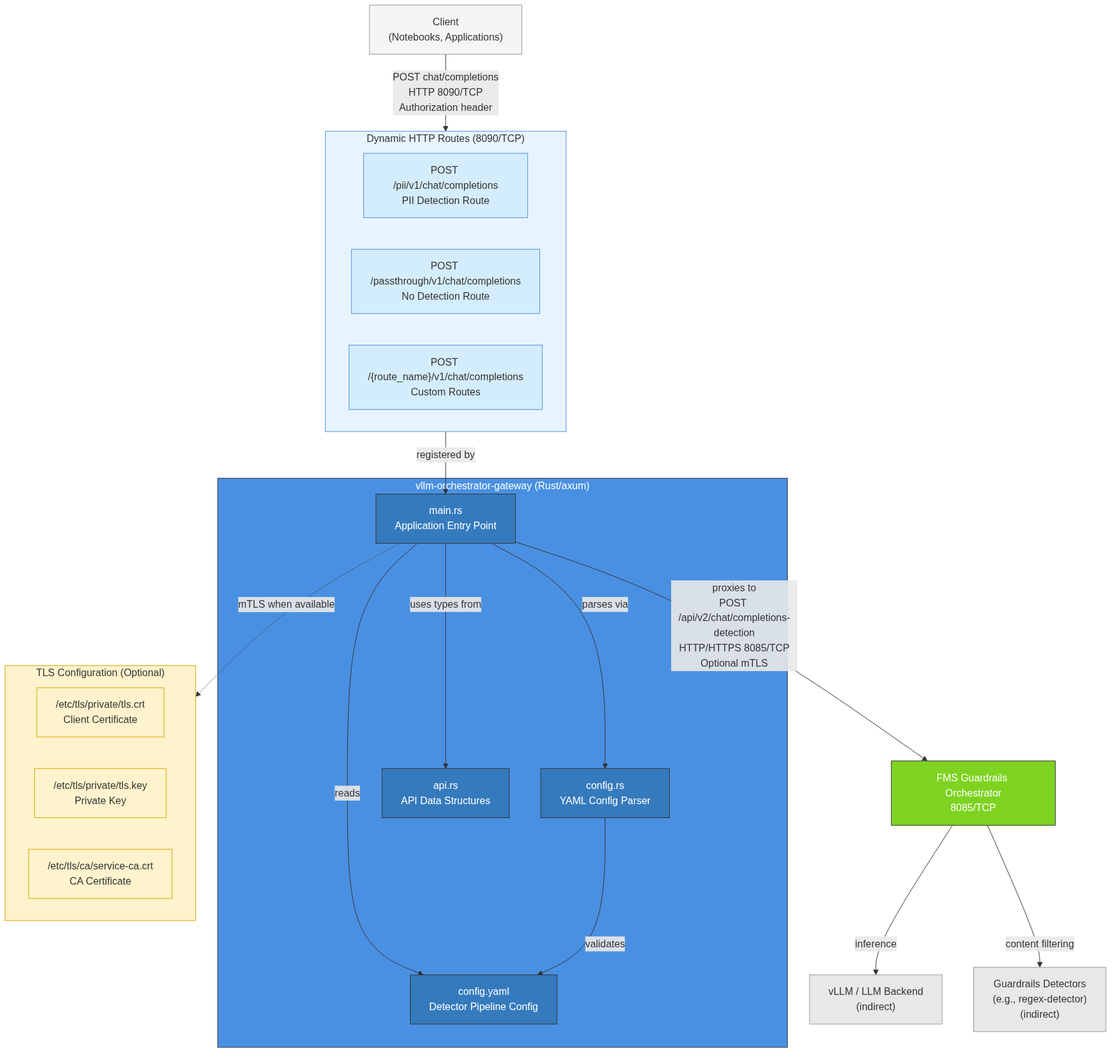
Earlier version of the Mermaid export architecture/rhoai-3.4-ea.2/diagrams/vllm-orchestrator-gateway-component.png (rhuss/architecture-context). Its source is kept beside it as architecture/rhoai-3.4-ea.2/diagrams/vllm-orchestrator-gateway-component.mmd. Source of this version:
```mermaid

graph TB
    subgraph Gateway["vllm-orchestrator-gateway (Rust/axum)"]
        direction TB
        Main["main.rs<br/>Application Entry Point"]
        Config["config.rs<br/>YAML Config Parser"]
        API["api.rs<br/>API Data Structures"]
        ConfigFile["config.yaml<br/>Detector Pipeline Config"]

        Main -->|reads| ConfigFile
        Main -->|parses via| Config
        Main -->|uses types from| API
        Config -->|validates| ConfigFile
    end

    subgraph DynamicRoutes["Dynamic HTTP Routes (8090/TCP)"]
        PII["POST /pii/v1/chat/completions<br/>PII Detection Route"]
        Passthrough["POST /passthrough/v1/chat/completions<br/>No Detection Route"]
        OtherRoutes["POST /{route_name}/v1/chat/completions<br/>Custom Routes"]
    end

    Client["Client<br/>(Notebooks, Applications)"]
    Orchestrator["FMS Guardrails Orchestrator<br/>8085/TCP"]
    LLM["vLLM / LLM Backend<br/>(indirect)"]
    Detectors["Guardrails Detectors<br/>(e.g., regex-detector)<br/>(indirect)"]

    Client -->|POST chat/completions<br/>HTTP 8090/TCP<br/>Authorization header| DynamicRoutes
    DynamicRoutes -->|registered by| Main
    Main -->|proxies to<br/>POST /api/v2/chat/completions-detection<br/>HTTP/HTTPS 8085/TCP<br/>Optional mTLS| Orchestrator
    Orchestrator -->|inference| LLM
    Orchestrator -->|content filtering| Detectors

    subgraph TLS["TLS Configuration (Optional)"]
        ClientCert["/etc/tls/private/tls.crt<br/>Client Certificate"]
        ClientKey["/etc/tls/private/tls.key<br/>Private Key"]
        CACert["/etc/tls/ca/service-ca.crt<br/>CA Certificate"]
    end

    Main -.->|mTLS when available| TLS

    style Gateway fill:#4a90e2,stroke:#333,color:#fff
    style Main fill:#357abd,stroke:#333,color:#fff
    style Config fill:#357abd,stroke:#333,color:#fff
    style API fill:#357abd,stroke:#333,color:#fff
    style ConfigFile fill:#357abd,stroke:#333,color:#fff
    style DynamicRoutes fill:#e8f4fd,stroke:#4a90e2
    style PII fill:#d4edfc,stroke:#4a90e2
    style Passthrough fill:#d4edfc,stroke:#4a90e2
    style OtherRoutes fill:#d4edfc,stroke:#4a90e2
    style Client fill:#f5f5f5,stroke:#999
    style Orchestrator fill:#7ed321,stroke:#333,color:#fff
    style LLM fill:#e8e8e8,stroke:#999
    style Detectors fill:#e8e8e8,stroke:#999
    style TLS fill:#fff3cd,stroke:#d6a700
    style ClientCert fill:#fff3cd,stroke:#d6a700
    style ClientKey fill:#fff3cd,stroke:#d6a700
    style CACert fill:#fff3cd,stroke:#d6a700
```
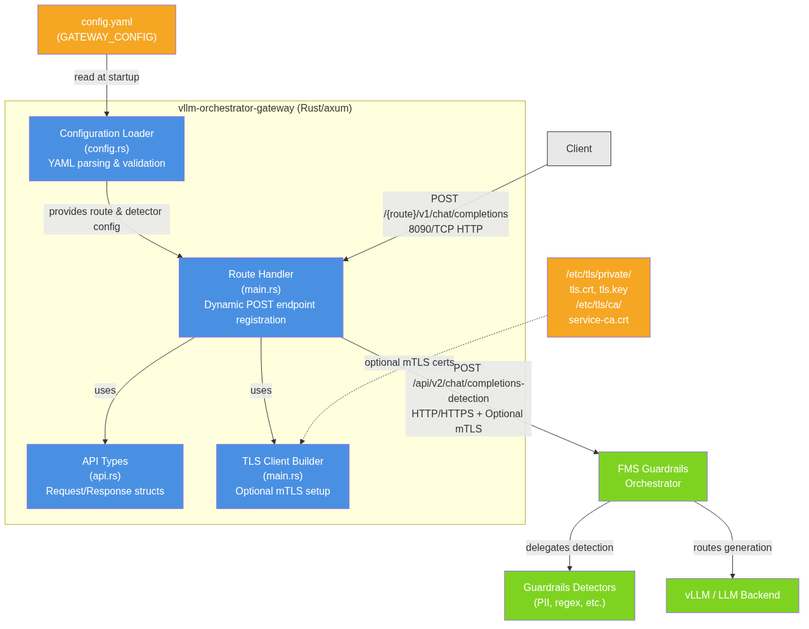
Later version of the same file.

The edit, as a diff of the source:
```diff
@@ -1,57 +1,33 @@
 
 graph TB
-    subgraph Gateway["vllm-orchestrator-gateway (Rust/axum)"]
-        direction TB
-        Main["main.rs<br/>Application Entry Point"]
-        Config["config.rs<br/>YAML Config Parser"]
-        API["api.rs<br/>API Data Structures"]
-        ConfigFile["config.yaml<br/>Detector Pipeline Config"]
+    subgraph "vllm-orchestrator-gateway (Rust/axum)"
+        ConfigLoader["Configuration Loader<br/>(config.rs)<br/>YAML parsing & validation"]
+        RouteHandler["Route Handler<br/>(main.rs)<br/>Dynamic POST endpoint registration"]
+        APITypes["API Types<br/>(api.rs)<br/>Request/Response structs"]
+        TLSBuilder["TLS Client Builder<br/>(main.rs)<br/>Optional mTLS setup"]
 
-        Main -->|reads| ConfigFile
-        Main -->|parses via| Config
-        Main -->|uses types from| API
-        Config -->|validates| ConfigFile
+        ConfigLoader -->|"provides route & detector config"| RouteHandler
+        RouteHandler -->|"uses"| APITypes
+        RouteHandler -->|"uses"| TLSBuilder
     end
 
-    subgraph DynamicRoutes["Dynamic HTTP Routes (8090/TCP)"]
-        PII["POST /pii/v1/chat/completions<br/>PII Detection Route"]
-        Passthrough["POST /passthrough/v1/chat/completions<br/>No Detection Route"]
-        OtherRoutes["POST /{route_name}/v1/chat/completions<br/>Custom Routes"]
-    end
+    Client[Client] -->|"POST /{route}/v1/chat/completions<br/>8090/TCP HTTP"| RouteHandler
 
-    Client["Client<br/>(Notebooks, Applications)"]
-    Orchestrator["FMS Guardrails Orchestrator<br/>8085/TCP"]
-    LLM["vLLM / LLM Backend<br/>(indirect)"]
-    Detectors["Guardrails Detectors<br/>(e.g., regex-detector)<br/>(indirect)"]
+    RouteHandler -->|"POST /api/v2/chat/completions-detection<br/>HTTP/HTTPS + Optional mTLS"| Orchestrator["FMS Guardrails<br/>Orchestrator"]
 
-    Client -->|POST chat/completions<br/>HTTP 8090/TCP<br/>Authorization header| DynamicRoutes
-    DynamicRoutes -->|registered by| Main
-    Main -->|proxies to<br/>POST /api/v2/chat/completions-detection<br/>HTTP/HTTPS 8085/TCP<br/>Optional mTLS| Orchestrator
-    Orchestrator -->|inference| LLM
-    Orchestrator -->|content filtering| Detectors
+    Orchestrator -->|"delegates detection"| Detectors["Guardrails Detectors<br/>(PII, regex, etc.)"]
+    Orchestrator -->|"routes generation"| vLLM["vLLM / LLM Backend"]
 
-    subgraph TLS["TLS Configuration (Optional)"]
-        ClientCert["/etc/tls/private/tls.crt<br/>Client Certificate"]
-        ClientKey["/etc/tls/private/tls.key<br/>Private Key"]
-        CACert["/etc/tls/ca/service-ca.crt<br/>CA Certificate"]
-    end
+    ConfigYAML["config.yaml<br/>(GATEWAY_CONFIG)"] -->|"read at startup"| ConfigLoader
+    TLSCerts["/etc/tls/private/<br/>tls.crt, tls.key<br/>/etc/tls/ca/<br/>service-ca.crt"] -.->|"optional mTLS certs"| TLSBuilder
 
-    Main -.->|mTLS when available| TLS
-
-    style Gateway fill:#4a90e2,stroke:#333,color:#fff
-    style Main fill:#357abd,stroke:#333,color:#fff
-    style Config fill:#357abd,stroke:#333,color:#fff
-    style API fill:#357abd,stroke:#333,color:#fff
-    style ConfigFile fill:#357abd,stroke:#333,color:#fff
-    style DynamicRoutes fill:#e8f4fd,stroke:#4a90e2
-    style PII fill:#d4edfc,stroke:#4a90e2
-    style Passthrough fill:#d4edfc,stroke:#4a90e2
-    style OtherRoutes fill:#d4edfc,stroke:#4a90e2
-    style Client fill:#f5f5f5,stroke:#999
-    style Orchestrator fill:#7ed321,stroke:#333,color:#fff
-    style LLM fill:#e8e8e8,stroke:#999
-    style Detectors fill:#e8e8e8,stroke:#999
-    style TLS fill:#fff3cd,stroke:#d6a700
-    style ClientCert fill:#fff3cd,stroke:#d6a700
-    style ClientKey fill:#fff3cd,stroke:#d6a700
-    style CACert fill:#fff3cd,stroke:#d6a700
+    style ConfigLoader fill:#4a90e2,color:#fff
+    style RouteHandler fill:#4a90e2,color:#fff
+    style APITypes fill:#4a90e2,color:#fff
+    style TLSBuilder fill:#4a90e2,color:#fff
+    style Client fill:#e8e8e8,stroke:#333
+    style Orchestrator fill:#7ed321,color:#fff
+    style Detectors fill:#7ed321,color:#fff
+    style vLLM fill:#7ed321,color:#fff
+    style ConfigYAML fill:#f5a623,color:#fff
+    style TLSCerts fill:#f5a623,color:#fff
```
